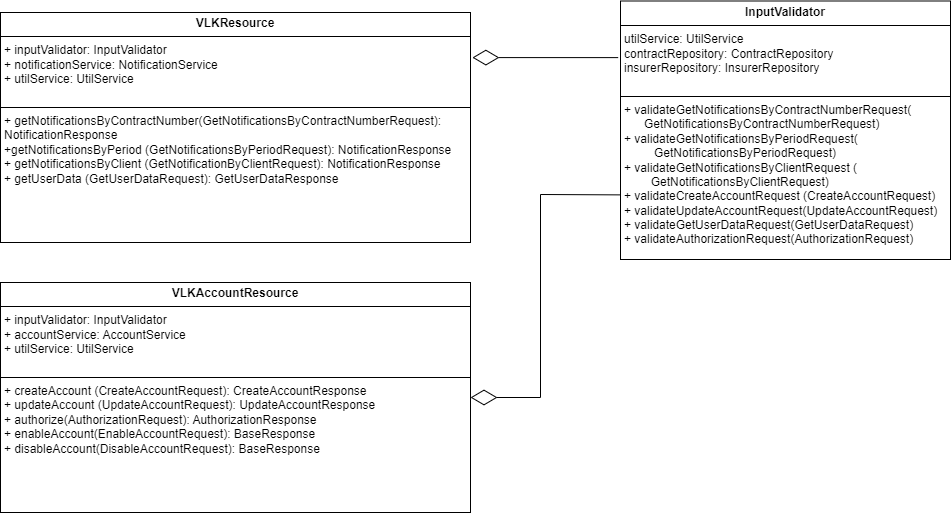
The draw.io diagram src/main/resources/documentation/Детальная диаграмма классов пакета resource.drawio.png in VladBaton/vlk, before a commit. Source tidied: cells renumbered, new cells last; positions are measured from the earlier drawing's top-left corner, leaving out a move shared by most shapes.
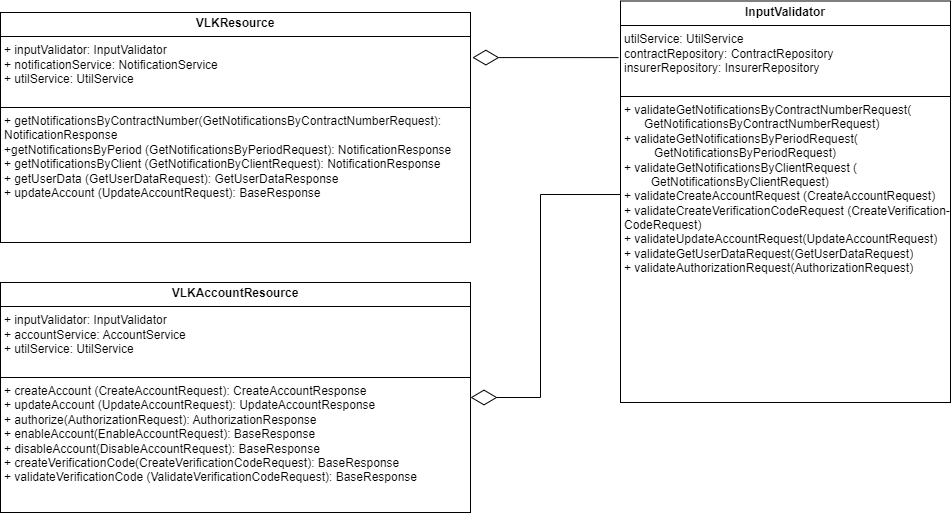
After the change.

The edit, as a diff of the source:
```diff
@@ -2,19 +2,19 @@
   <root>
     <mxCell id="0" />
     <mxCell id="1" parent="0" />
-    <mxCell id="2" style="endArrow=diamondThin;endFill=0;endSize=24;html=1;rounded=0;entryX=1.004;entryY=0.196;entryDx=0;entryDy=0;entryPerimeter=0;exitX=-0.007;exitY=0.219;exitDx=0;exitDy=0;exitPerimeter=0;" parent="1" edge="1" source="4" target="3">
+    <mxCell id="2" style="endArrow=diamondThin;endFill=0;endSize=24;html=1;rounded=0;entryX=1.004;entryY=0.196;entryDx=0;entryDy=0;entryPerimeter=0;exitX=-0.006;exitY=0.141;exitDx=0;exitDy=0;exitPerimeter=0;" parent="1" edge="1" source="4" target="3">
       <mxGeometry relative="1" as="geometry" />
     </mxCell>
-    <mxCell id="3" value="&lt;p style=&quot;margin:0px;margin-top:4px;text-align:center;&quot;&gt;&lt;b&gt;VLKResource&lt;/b&gt;&lt;br&gt;&lt;/p&gt;&lt;hr size=&quot;1&quot; style=&quot;border-style:solid;&quot;&gt;&lt;p style=&quot;margin:0px;margin-left:4px;&quot;&gt;+ inputValidator: InputValidator&lt;br&gt;&lt;/p&gt;&lt;p style=&quot;margin:0px;margin-left:4px;&quot;&gt;+ notificationService: NotificationService&lt;/p&gt;&lt;p style=&quot;margin:0px;margin-left:4px;&quot;&gt;+ utilService: UtilService&lt;/p&gt;&lt;p style=&quot;margin:0px;margin-left:4px;&quot;&gt;&lt;br&gt;&lt;/p&gt;&lt;hr size=&quot;1&quot; style=&quot;border-style:solid;&quot;&gt;&lt;p style=&quot;margin:0px;margin-left:4px;&quot;&gt;+ getNotificationsByContractNumber(GetNotificationsByContractNumberRequest): NotificationResponse&lt;/p&gt;&lt;p style=&quot;margin:0px;margin-left:4px;&quot;&gt;+getNotificationsByPeriod (GetNotificationsByPeriodRequest): NotificationResponse&lt;/p&gt;&lt;p style=&quot;margin:0px;margin-left:4px;&quot;&gt;+ getNotificationsByClient (GetNotificationByClientRequest): NotificationResponse&lt;/p&gt;&lt;p style=&quot;margin:0px;margin-left:4px;&quot;&gt;+ getUserData (GetUserDataRequest): GetUserDataResponse&lt;br&gt;&lt;/p&gt;" style="verticalAlign=top;align=left;overflow=fill;html=1;whiteSpace=wrap;" parent="1" vertex="1">
+    <mxCell id="3" value="&lt;p style=&quot;margin:0px;margin-top:4px;text-align:center;&quot;&gt;&lt;b&gt;VLKResource&lt;/b&gt;&lt;br&gt;&lt;/p&gt;&lt;hr size=&quot;1&quot; style=&quot;border-style:solid;&quot;&gt;&lt;p style=&quot;margin:0px;margin-left:4px;&quot;&gt;+ inputValidator: InputValidator&lt;br&gt;&lt;/p&gt;&lt;p style=&quot;margin:0px;margin-left:4px;&quot;&gt;+ notificationService: NotificationService&lt;/p&gt;&lt;p style=&quot;margin:0px;margin-left:4px;&quot;&gt;+ utilService: UtilService&lt;/p&gt;&lt;p style=&quot;margin:0px;margin-left:4px;&quot;&gt;&lt;br&gt;&lt;/p&gt;&lt;hr size=&quot;1&quot; style=&quot;border-style:solid;&quot;&gt;&lt;p style=&quot;margin:0px;margin-left:4px;&quot;&gt;+ getNotificationsByContractNumber(GetNotificationsByContractNumberRequest): NotificationResponse&lt;/p&gt;&lt;p style=&quot;margin:0px;margin-left:4px;&quot;&gt;+getNotificationsByPeriod (GetNotificationsByPeriodRequest): NotificationResponse&lt;/p&gt;&lt;p style=&quot;margin:0px;margin-left:4px;&quot;&gt;+ getNotificationsByClient (GetNotificationByClientRequest): NotificationResponse&lt;/p&gt;&lt;p style=&quot;margin:0px;margin-left:4px;&quot;&gt;+ getUserData (GetUserDataRequest): GetUserDataResponse&lt;br&gt;&lt;/p&gt;&lt;p style=&quot;margin:0px;margin-left:4px;&quot;&gt;+ updateAccount (UpdateAccountRequest&lt;span style=&quot;background-color: initial;&quot;&gt;): BaseResponse&lt;/span&gt;&lt;/p&gt;" style="verticalAlign=top;align=left;overflow=fill;html=1;whiteSpace=wrap;" parent="1" vertex="1">
       <mxGeometry y="12" width="470" height="230" as="geometry" />
     </mxCell>
-    <mxCell id="4" value="&lt;p style=&quot;margin:0px;margin-top:4px;text-align:center;&quot;&gt;&lt;b&gt;InputValidator&lt;/b&gt;&lt;br&gt;&lt;/p&gt;&lt;hr size=&quot;1&quot; style=&quot;border-style:solid;&quot;&gt;&lt;p style=&quot;margin:0px;margin-left:4px;&quot;&gt;utilService: UtilService&lt;br&gt;contractRepository: ContractRepository&lt;/p&gt;&lt;p style=&quot;margin:0px;margin-left:4px;&quot;&gt;insurerRepository: InsurerRepository&lt;/p&gt;&lt;p style=&quot;margin:0px;margin-left:4px;&quot;&gt;&lt;br&gt;&lt;/p&gt;&lt;hr size=&quot;1&quot; style=&quot;border-style:solid;&quot;&gt;&lt;p style=&quot;margin:0px;margin-left:4px;&quot;&gt;+&amp;nbsp;validateGetNotificationsByContractNumberRequest(&lt;/p&gt;&lt;p style=&quot;margin:0px;margin-left:4px;&quot;&gt;&amp;nbsp; &amp;nbsp; &amp;nbsp;&lt;span style=&quot;&quot;&gt;&lt;span style=&quot;&quot;&gt;&amp;nbsp;&lt;/span&gt;&lt;/span&gt;GetNotificationsByContractNumberRequest)&lt;/p&gt;&lt;p style=&quot;margin:0px;margin-left:4px;&quot;&gt;+&amp;nbsp;validateGetNotificationsByPeriodRequest(&lt;/p&gt;&lt;p style=&quot;margin:0px;margin-left:4px;&quot;&gt;&amp;nbsp; &amp;nbsp; &amp;nbsp; &amp;nbsp; &amp;nbsp;GetNotificationsByPeriodRequest&lt;span style=&quot;background-color: initial;&quot;&gt;)&lt;/span&gt;&lt;/p&gt;&lt;p style=&quot;margin:0px;margin-left:4px;&quot;&gt;&lt;span style=&quot;background-color: initial;&quot;&gt;+&amp;nbsp;&lt;/span&gt;validateGetNotificationsByClientRequest (&lt;/p&gt;&lt;p style=&quot;margin:0px;margin-left:4px;&quot;&gt;&amp;nbsp; &amp;nbsp; &amp;nbsp; &amp;nbsp;&amp;nbsp;GetNotificationsByClientRequest)&lt;/p&gt;&lt;p style=&quot;margin:0px;margin-left:4px;&quot;&gt;+&amp;nbsp;validateCreateAccountRequest (CreateAccountRequest)&lt;/p&gt;&lt;p style=&quot;margin:0px;margin-left:4px;&quot;&gt;+&amp;nbsp;validateUpdateAccountRequest(UpdateAccountRequest)&lt;/p&gt;&lt;p style=&quot;margin:0px;margin-left:4px;&quot;&gt;+&amp;nbsp;validateGetUserDataRequest(GetUserDataRequest)&lt;/p&gt;&lt;p style=&quot;margin:0px;margin-left:4px;&quot;&gt;+&amp;nbsp;validateAuthorizationRequest(AuthorizationRequest)&lt;/p&gt;" style="verticalAlign=top;align=left;overflow=fill;html=1;whiteSpace=wrap;" parent="1" vertex="1">
-      <mxGeometry x="620" y="0.5" width="330" height="258.5" as="geometry" />
+    <mxCell id="4" value="&lt;p style=&quot;margin:0px;margin-top:4px;text-align:center;&quot;&gt;&lt;b&gt;InputValidator&lt;/b&gt;&lt;br&gt;&lt;/p&gt;&lt;hr size=&quot;1&quot; style=&quot;border-style:solid;&quot;&gt;&lt;p style=&quot;margin:0px;margin-left:4px;&quot;&gt;utilService: UtilService&lt;br&gt;contractRepository: ContractRepository&lt;/p&gt;&lt;p style=&quot;margin:0px;margin-left:4px;&quot;&gt;insurerRepository: InsurerRepository&lt;/p&gt;&lt;p style=&quot;margin:0px;margin-left:4px;&quot;&gt;&lt;br&gt;&lt;/p&gt;&lt;hr size=&quot;1&quot; style=&quot;border-style:solid;&quot;&gt;&lt;p style=&quot;margin:0px;margin-left:4px;&quot;&gt;+&amp;nbsp;validateGetNotificationsByContractNumberRequest(&lt;/p&gt;&lt;p style=&quot;margin:0px;margin-left:4px;&quot;&gt;&amp;nbsp; &amp;nbsp; &amp;nbsp;&lt;span style=&quot;&quot;&gt;&lt;span style=&quot;&quot;&gt;&amp;nbsp;&lt;/span&gt;&lt;/span&gt;GetNotificationsByContractNumberRequest)&lt;/p&gt;&lt;p style=&quot;margin:0px;margin-left:4px;&quot;&gt;+&amp;nbsp;validateGetNotificationsByPeriodRequest(&lt;/p&gt;&lt;p style=&quot;margin:0px;margin-left:4px;&quot;&gt;&amp;nbsp; &amp;nbsp; &amp;nbsp; &amp;nbsp; &amp;nbsp;GetNotificationsByPeriodRequest&lt;span style=&quot;background-color: initial;&quot;&gt;)&lt;/span&gt;&lt;/p&gt;&lt;p style=&quot;margin:0px;margin-left:4px;&quot;&gt;&lt;span style=&quot;background-color: initial;&quot;&gt;+&amp;nbsp;&lt;/span&gt;validateGetNotificationsByClientRequest (&lt;/p&gt;&lt;p style=&quot;margin:0px;margin-left:4px;&quot;&gt;&amp;nbsp; &amp;nbsp; &amp;nbsp; &amp;nbsp;&amp;nbsp;GetNotificationsByClientRequest)&lt;/p&gt;&lt;p style=&quot;margin:0px;margin-left:4px;&quot;&gt;+&amp;nbsp;validateCreateAccountRequest (CreateAccountRequest)&lt;/p&gt;&lt;p style=&quot;margin:0px;margin-left:4px;&quot;&gt;+&amp;nbsp;validateCreateVerificationCodeRequest (CreateVerification-CodeRequest)&lt;/p&gt;&lt;p style=&quot;margin:0px;margin-left:4px;&quot;&gt;+&amp;nbsp;validateUpdateAccountRequest(UpdateAccountRequest)&lt;/p&gt;&lt;p style=&quot;margin:0px;margin-left:4px;&quot;&gt;+&amp;nbsp;validateGetUserDataRequest(GetUserDataRequest)&lt;/p&gt;&lt;p style=&quot;margin:0px;margin-left:4px;&quot;&gt;+&amp;nbsp;validateAuthorizationRequest(AuthorizationRequest)&lt;/p&gt;" style="verticalAlign=top;align=left;overflow=fill;html=1;whiteSpace=wrap;" parent="1" vertex="1">
+      <mxGeometry x="620" y="0.5" width="330" height="401.5" as="geometry" />
     </mxCell>
-    <mxCell id="5" value="&lt;p style=&quot;margin:0px;margin-top:4px;text-align:center;&quot;&gt;&lt;b&gt;VLKAccountResource&lt;/b&gt;&lt;br&gt;&lt;/p&gt;&lt;hr size=&quot;1&quot; style=&quot;border-style:solid;&quot;&gt;&lt;p style=&quot;margin:0px;margin-left:4px;&quot;&gt;+ inputValidator: InputValidator&lt;br&gt;&lt;/p&gt;&lt;p style=&quot;margin:0px;margin-left:4px;&quot;&gt;+ accountService: AccountService&lt;/p&gt;&lt;p style=&quot;margin:0px;margin-left:4px;&quot;&gt;+ utilService: UtilService&lt;/p&gt;&lt;p style=&quot;margin:0px;margin-left:4px;&quot;&gt;&lt;br&gt;&lt;/p&gt;&lt;hr size=&quot;1&quot; style=&quot;border-style:solid;&quot;&gt;&lt;p style=&quot;border-color: var(--border-color); margin: 0px 0px 0px 4px;&quot;&gt;+ createAccount (CreateAccountRequest): CreateAccountResponse&lt;/p&gt;&lt;p style=&quot;border-color: var(--border-color); margin: 0px 0px 0px 4px;&quot;&gt;+ updateAccount (UpdateAccountRequest): UpdateAccountResponse&lt;br style=&quot;border-color: var(--border-color);&quot;&gt;&lt;/p&gt;&lt;p style=&quot;border-color: var(--border-color); margin: 0px 0px 0px 4px;&quot;&gt;+ authorize(AuthorizationRequest): AuthorizationResponse&lt;/p&gt;&lt;p style=&quot;border-color: var(--border-color); margin: 0px 0px 0px 4px;&quot;&gt;+ enableAccount(EnableAccountRequest): BaseResponse&lt;/p&gt;&lt;p style=&quot;border-color: var(--border-color); margin: 0px 0px 0px 4px;&quot;&gt;+ disableAccount(DisableAccountRequest): BaseResponse&lt;/p&gt;" style="verticalAlign=top;align=left;overflow=fill;html=1;whiteSpace=wrap;" parent="1" vertex="1">
+    <mxCell id="5" value="&lt;p style=&quot;margin:0px;margin-top:4px;text-align:center;&quot;&gt;&lt;b&gt;VLKAccountResource&lt;/b&gt;&lt;br&gt;&lt;/p&gt;&lt;hr size=&quot;1&quot; style=&quot;border-style:solid;&quot;&gt;&lt;p style=&quot;margin:0px;margin-left:4px;&quot;&gt;+ inputValidator: InputValidator&lt;br&gt;&lt;/p&gt;&lt;p style=&quot;margin:0px;margin-left:4px;&quot;&gt;+ accountService: AccountService&lt;/p&gt;&lt;p style=&quot;margin:0px;margin-left:4px;&quot;&gt;+ utilService: UtilService&lt;/p&gt;&lt;p style=&quot;margin:0px;margin-left:4px;&quot;&gt;&lt;br&gt;&lt;/p&gt;&lt;hr size=&quot;1&quot; style=&quot;border-style:solid;&quot;&gt;&lt;p style=&quot;border-color: var(--border-color); margin: 0px 0px 0px 4px;&quot;&gt;+ createAccount (CreateAccountRequest): CreateAccountResponse&lt;/p&gt;&lt;p style=&quot;border-color: var(--border-color); margin: 0px 0px 0px 4px;&quot;&gt;+ updateAccount (UpdateAccountRequest): UpdateAccountResponse&lt;br style=&quot;border-color: var(--border-color);&quot;&gt;&lt;/p&gt;&lt;p style=&quot;border-color: var(--border-color); margin: 0px 0px 0px 4px;&quot;&gt;+ authorize(AuthorizationRequest): AuthorizationResponse&lt;/p&gt;&lt;p style=&quot;border-color: var(--border-color); margin: 0px 0px 0px 4px;&quot;&gt;+ enableAccount(EnableAccountRequest): BaseResponse&lt;/p&gt;&lt;p style=&quot;border-color: var(--border-color); margin: 0px 0px 0px 4px;&quot;&gt;+ disableAccount(DisableAccountRequest): BaseResponse&lt;/p&gt;&lt;p style=&quot;border-color: var(--border-color); margin: 0px 0px 0px 4px;&quot;&gt;+&amp;nbsp;createVerificationCode(CreateVerificationCodeRequest): BaseResponse&lt;/p&gt;&lt;p style=&quot;border-color: var(--border-color); margin: 0px 0px 0px 4px;&quot;&gt;+&amp;nbsp;validateVerificationCode (ValidateVerificationCodeRequest&lt;span style=&quot;background-color: initial;&quot;&gt;): BaseResponse&lt;/span&gt;&lt;/p&gt;" style="verticalAlign=top;align=left;overflow=fill;html=1;whiteSpace=wrap;" parent="1" vertex="1">
       <mxGeometry y="282" width="470" height="230" as="geometry" />
     </mxCell>
-    <mxCell id="6" style="endArrow=diamondThin;endFill=0;endSize=24;html=1;rounded=0;exitX=0;exitY=0.75;exitDx=0;exitDy=0;entryX=1;entryY=0.5;entryDx=0;entryDy=0;" parent="1" edge="1" source="4" target="5">
+    <mxCell id="6" style="endArrow=diamondThin;endFill=0;endSize=24;html=1;rounded=0;exitX=0;exitY=0.482;exitDx=0;exitDy=0;entryX=1;entryY=0.5;entryDx=0;entryDy=0;exitPerimeter=0;" parent="1" edge="1" source="4" target="5">
       <mxGeometry relative="1" as="geometry">
         <Array as="points">
           <mxPoint x="540" y="194" />
```
